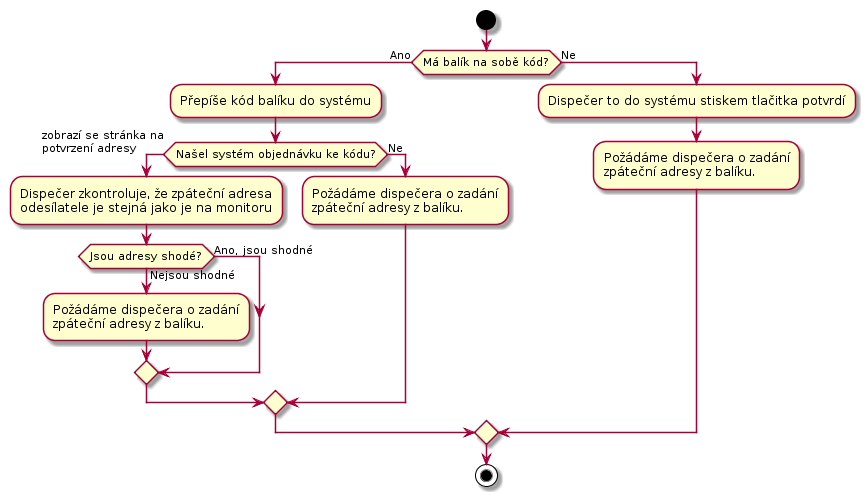
The PlantUML diagram docs/diagrams/out/uc-21-activity-2.png in Internet-Handel/postman, before a commit.
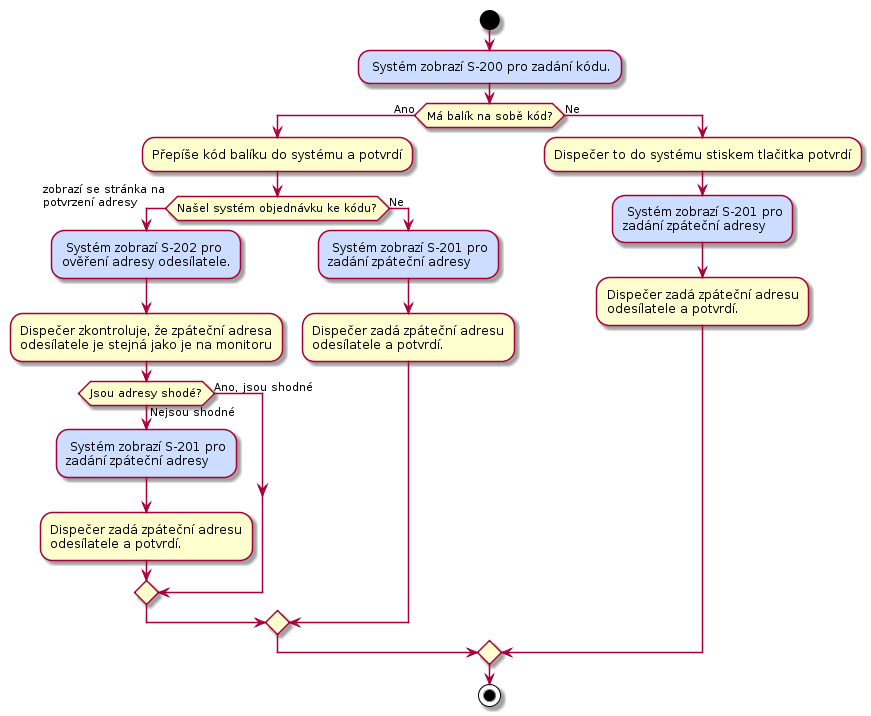
The same file after the commit.

The edit, as a diff of the source:
```diff
@@ -1,25 +1,34 @@
 @startuml
 start
-
+#CDDDFF: Systém zobrazí S-200 pro zadání kódu.;
 if (Má balík na sobě kód?) then (Ano)
-    :Přepíše kód balíku do systému;
+    :Přepíše kód balíku do systému a potvrdí;
     if (Našel systém objednávku ke kódu?) then (Ano)
         -> zobrazí se stránka na\npotvrzení adresy;
+        #CDDDFF: Systém zobrazí S-202 pro
+        ověření adresy odesílatele.;
         :Dispečer zkontroluje, že zpáteční adresa
         odesílatele je stejná jako je na monitoru;
         if (Jsou adresy shodé?) then (Ano, jsou shodné)
         else (Nejsou shodné)
-            :Požádáme dispečera o zadání
-            zpáteční adresy z balíku.;
+            #CDDDFF: Systém zobrazí S-201 pro
+            zadání zpáteční adresy ;
+            :Dispečer zadá zpáteční adresu
+            odesílatele a potvrdí.;
         endif
     else (Ne)
-        :Požádáme dispečera o zadání
-        zpáteční adresy z balíku.;
+        #CDDDFF: Systém zobrazí S-201 pro
+        zadání zpáteční adresy ;
+        :Dispečer zadá zpáteční adresu
+        odesílatele a potvrdí.;
     endif
 else (Ne)
     :Dispečer to do systému stiskem tlačitka potvrdí;
-    :Požádáme dispečera o zadání
-    zpáteční adresy z balíku.;
+    #CDDDFF: Systém zobrazí S-201 pro
+    zadání zpáteční adresy ;
+    :Dispečer zadá zpáteční adresu
+    odesílatele a potvrdí.;
 endif
+
 stop
 @enduml
```
